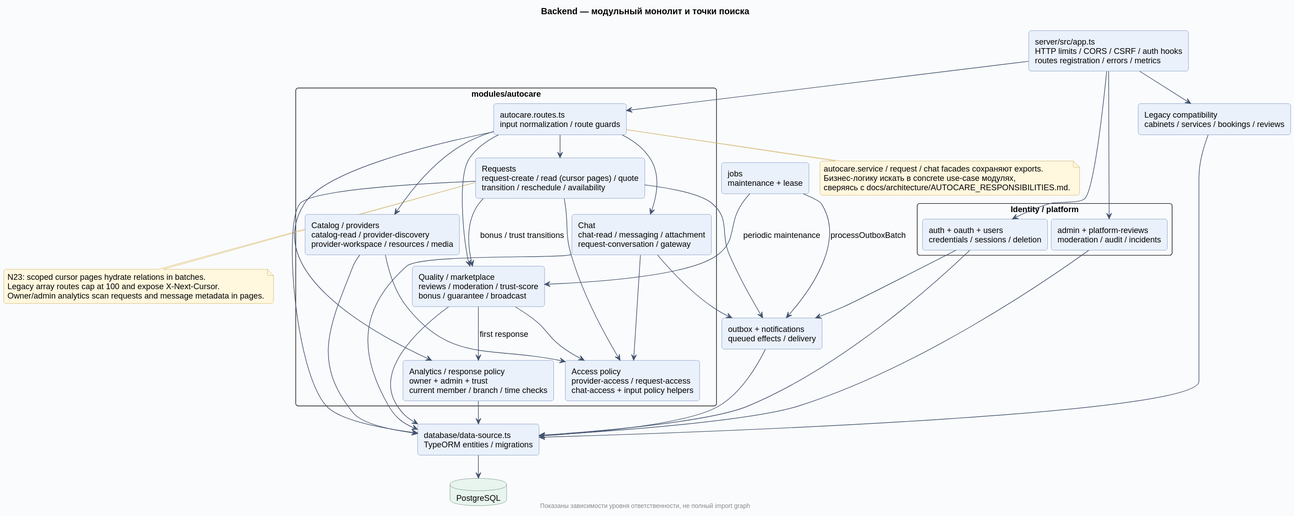
Above: docs/diagrams/rendered/04-backend.svg in Dima163163/auto-care-hub (PlantUML), before the change.
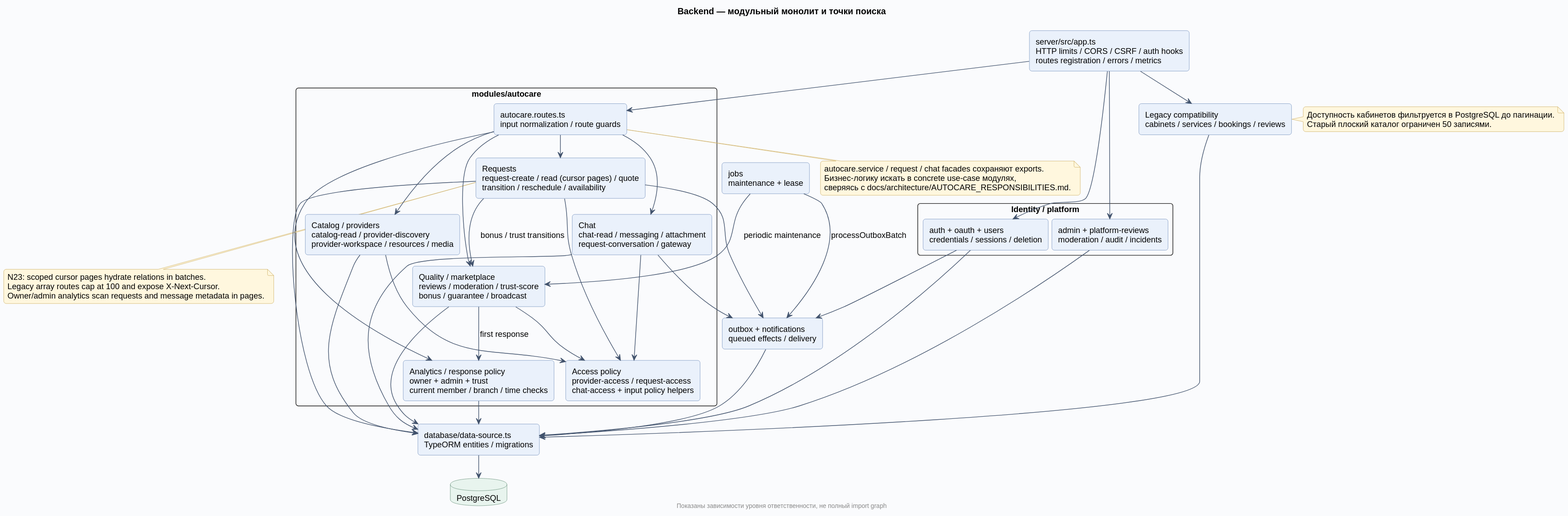
Above is the later version.

The edit, as a diff of the source:
```diff
@@ -51,6 +51,10 @@
 Legacy --> ORM
 Outbox --> ORM
 ORM --> PG
+note right of Legacy
+  Доступность кабинетов фильтруется в PostgreSQL до пагинации.
+  Старый плоский каталог ограничен 50 записями.
+end note
 note bottom of Routes
   autocare.service / request / chat facades сохраняют exports.
   Бизнес-логику искать в concrete use-case модулях,
```
